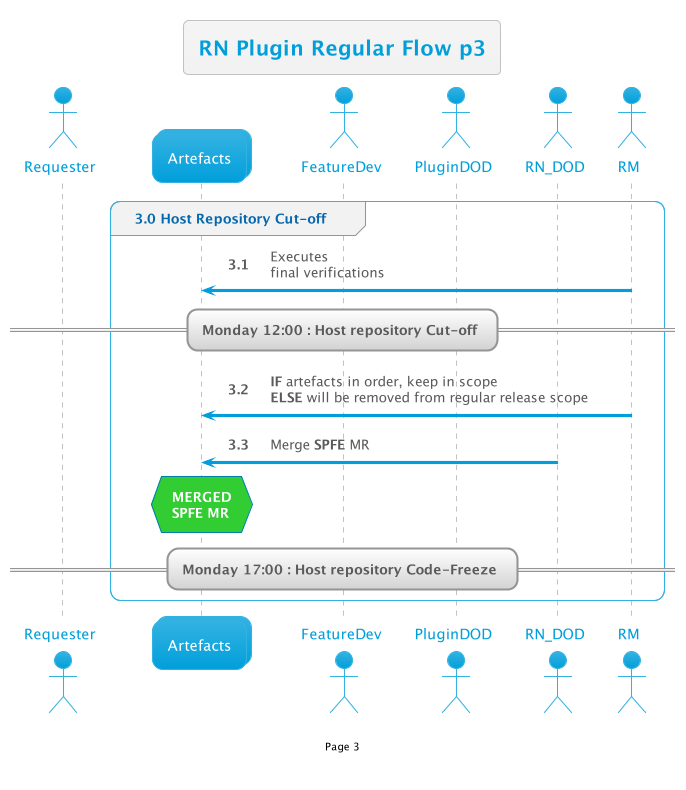
Earlier version of the PlantUML export out/RNReview/RegularFlow/3/3.png (thetomitomo/diagrams).
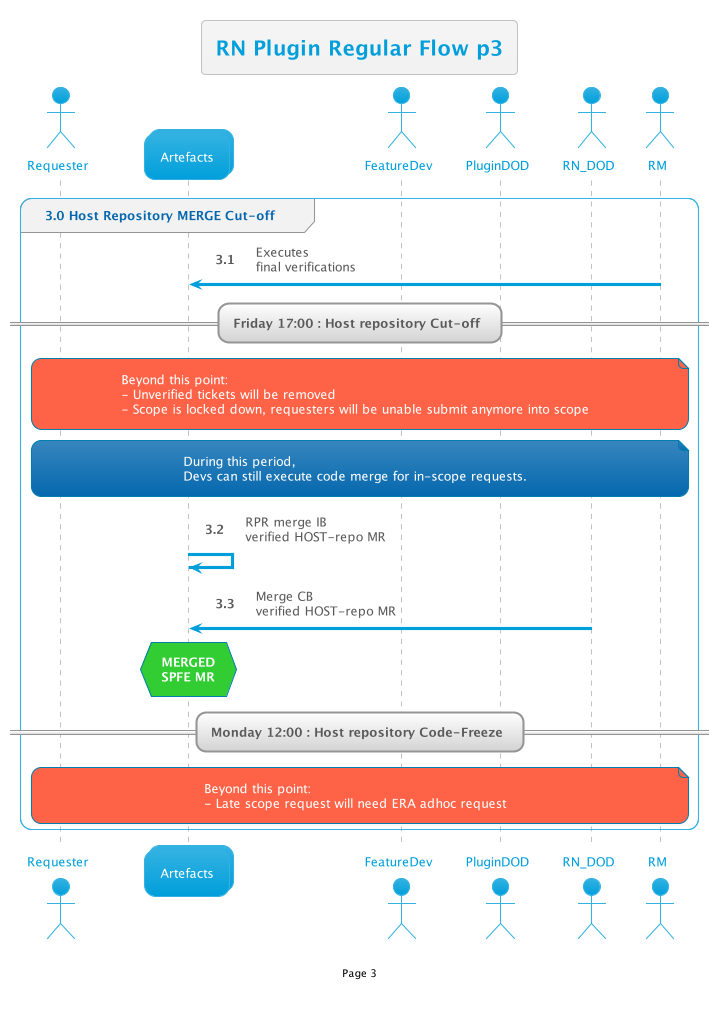
After the commit.

Commit message:
update regular RN flow

What changed in the source:
```diff
@@ -4,18 +4,22 @@
 
 !include __init__
 
-group 3.0 Host Repository Cut-off
+group 3.0 Host Repository MERGE Cut-off
     RM -> Art: Executes\nfinal verifications
 
-    == Monday 12:00 : Host repository Cut-off ==
+    == Friday 17:00 : Host repository Cut-off ==
+    note over req,RM#Tomato: Beyond this point:\n- Unverified tickets will be removed\n- Scope is locked down, requesters will be unable submit anymore into scope
 
-    RM -> Art: **IF** artefacts in order, keep in scope\n**ELSE** will be removed from regular release scope
+    note over req,RM: During this period,\nDevs can still execute code merge for in-scope requests.
 
-    RN_DOD -> Art: Merge **SPFE** MR
+    Art -> Art: RPR merge IB\nverified HOST-repo MR
+    RN_DOD -> Art: Merge CB\nverified HOST-repo MR
 
     hnote over Art#LimeGreen:<b>MERGED\n<b>SPFE MR
 
-    == Monday 17:00 : Host repository Code-Freeze ==
+    == Monday 12:00 : Host repository Code-Freeze ==
+
+    note over req,RM#Tomato: Beyond this point:\n- Late scope request will need ERA adhoc request
 
 end
 
```
